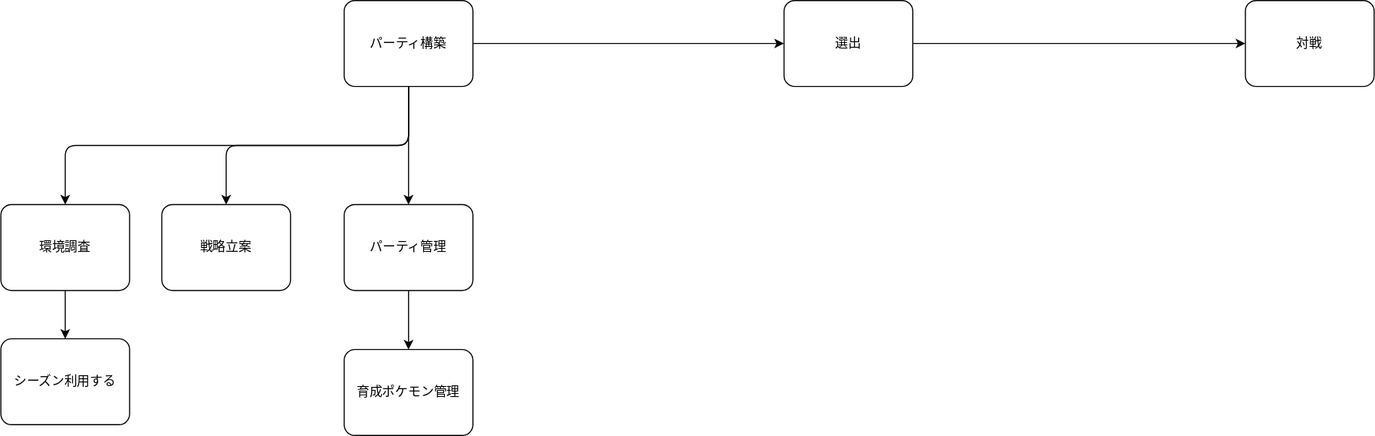
Above: docs/flow.drawio.svg in aloha-maker/Zero-Lab (draw.io), before the change. Source tidied: cells renumbered, new cells last; positions are measured from the earlier drawing's top-left corner, leaving out a move shared by most shapes.
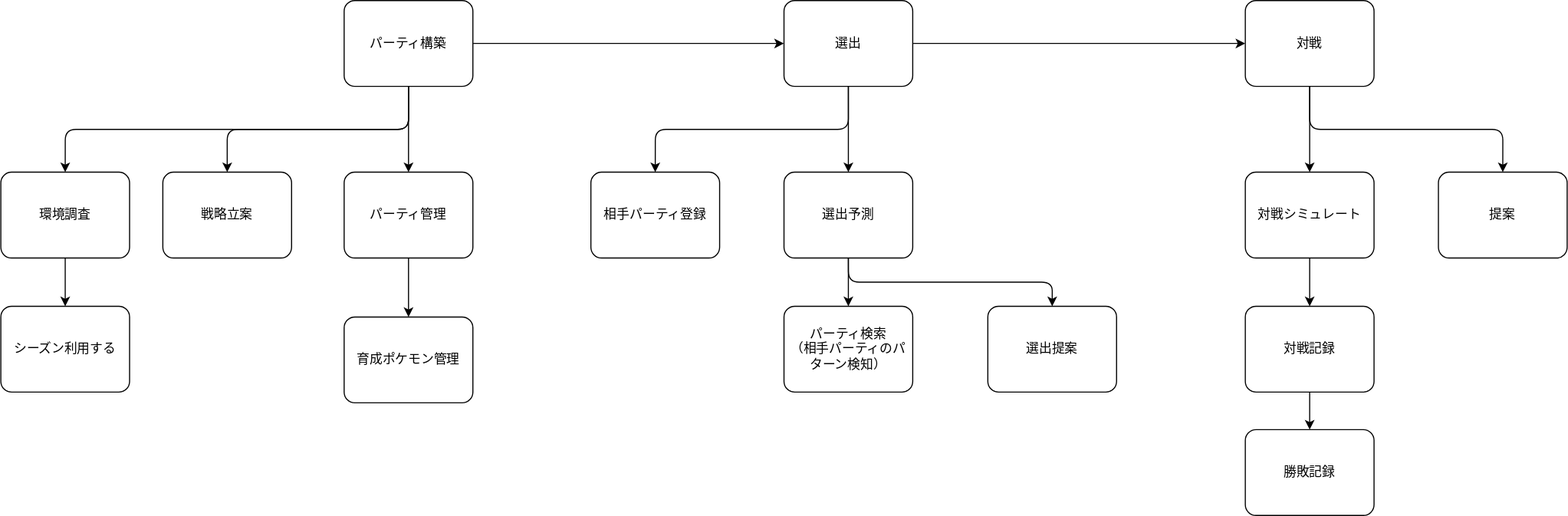
Later version of the same file.

Change to the diagram source:
```diff
@@ -30,22 +30,70 @@
       <mxGeometry relative="1" as="geometry" />
     </mxCell>
     <mxCell id="11" value="環境調査" style="points=[[0.25,0,0],[0.5,0,0],[0.75,0,0],[1,0.25,0],[1,0.5,0],[1,0.75,0],[0.75,1,0],[0.5,1,0],[0.25,1,0],[0,0.75,0],[0,0.5,0],[0,0.25,0]];shape=mxgraph.bpmn.task;whiteSpace=wrap;rectStyle=rounded;size=10;html=1;taskMarker=abstract;" parent="1" vertex="1">
-      <mxGeometry y="190" width="120" height="80" as="geometry" />
+      <mxGeometry y="160" width="120" height="80" as="geometry" />
     </mxCell>
     <mxCell id="12" value="戦略立案" style="points=[[0.25,0,0],[0.5,0,0],[0.75,0,0],[1,0.25,0],[1,0.5,0],[1,0.75,0],[0.75,1,0],[0.5,1,0],[0.25,1,0],[0,0.75,0],[0,0.5,0],[0,0.25,0]];shape=mxgraph.bpmn.task;whiteSpace=wrap;rectStyle=rounded;size=10;html=1;taskMarker=abstract;" parent="1" vertex="1">
-      <mxGeometry x="150" y="190" width="120" height="80" as="geometry" />
+      <mxGeometry x="151" y="160" width="120" height="80" as="geometry" />
     </mxCell>
     <mxCell id="13" style="edgeStyle=orthogonalEdgeStyle;html=1;entryX=0.5;entryY=0;entryDx=0;entryDy=0;entryPerimeter=0;" parent="1" edge="1" source="14" target="16">
       <mxGeometry relative="1" as="geometry" />
     </mxCell>
     <mxCell id="14" value="パーティ管理" style="points=[[0.25,0,0],[0.5,0,0],[0.75,0,0],[1,0.25,0],[1,0.5,0],[1,0.75,0],[0.75,1,0],[0.5,1,0],[0.25,1,0],[0,0.75,0],[0,0.5,0],[0,0.25,0]];shape=mxgraph.bpmn.task;whiteSpace=wrap;rectStyle=rounded;size=10;html=1;taskMarker=abstract;" parent="1" vertex="1">
-      <mxGeometry x="320" y="190" width="120" height="80" as="geometry" />
+      <mxGeometry x="320" y="160" width="120" height="80" as="geometry" />
     </mxCell>
     <mxCell id="15" value="シーズン利用する" style="points=[[0.25,0,0],[0.5,0,0],[0.75,0,0],[1,0.25,0],[1,0.5,0],[1,0.75,0],[0.75,1,0],[0.5,1,0],[0.25,1,0],[0,0.75,0],[0,0.5,0],[0,0.25,0]];shape=mxgraph.bpmn.task;whiteSpace=wrap;rectStyle=rounded;size=10;html=1;taskMarker=abstract;" parent="1" vertex="1">
-      <mxGeometry y="315" width="120" height="80" as="geometry" />
+      <mxGeometry y="285" width="120" height="80" as="geometry" />
     </mxCell>
     <mxCell id="16" value="育成ポケモン管理" style="points=[[0.25,0,0],[0.5,0,0],[0.75,0,0],[1,0.25,0],[1,0.5,0],[1,0.75,0],[0.75,1,0],[0.5,1,0],[0.25,1,0],[0,0.75,0],[0,0.5,0],[0,0.25,0]];shape=mxgraph.bpmn.task;whiteSpace=wrap;rectStyle=rounded;size=10;html=1;taskMarker=abstract;" parent="1" vertex="1">
-      <mxGeometry x="320" y="325" width="120" height="80" as="geometry" />
+      <mxGeometry x="320" y="295" width="120" height="80" as="geometry" />
     </mxCell>
+    <mxCell id="17" style="edgeStyle=orthogonalEdgeStyle;html=1;entryX=0.5;entryY=0;entryDx=0;entryDy=0;entryPerimeter=0;exitX=0.5;exitY=1;exitDx=0;exitDy=0;exitPerimeter=0;" parent="1" edge="1" source="18" target="25">
+      <mxGeometry relative="1" as="geometry" />
+    </mxCell>
+    <mxCell id="18" value="選出予測" style="points=[[0.25,0,0],[0.5,0,0],[0.75,0,0],[1,0.25,0],[1,0.5,0],[1,0.75,0],[0.75,1,0],[0.5,1,0],[0.25,1,0],[0,0.75,0],[0,0.5,0],[0,0.25,0]];shape=mxgraph.bpmn.task;whiteSpace=wrap;rectStyle=rounded;size=10;html=1;taskMarker=abstract;" parent="1" vertex="1">
+      <mxGeometry x="730" y="160" width="120" height="80" as="geometry" />
+    </mxCell>
+    <mxCell id="19" value="相手パーティ登録" style="points=[[0.25,0,0],[0.5,0,0],[0.75,0,0],[1,0.25,0],[1,0.5,0],[1,0.75,0],[0.75,1,0],[0.5,1,0],[0.25,1,0],[0,0.75,0],[0,0.5,0],[0,0.25,0]];shape=mxgraph.bpmn.task;whiteSpace=wrap;rectStyle=rounded;size=10;html=1;taskMarker=abstract;" parent="1" vertex="1">
+      <mxGeometry x="550" y="160" width="120" height="80" as="geometry" />
+    </mxCell>
+    <mxCell id="20" style="edgeStyle=none;html=1;entryX=0.5;entryY=0;entryDx=0;entryDy=0;entryPerimeter=0;" parent="1" edge="1" source="8" target="18">
+      <mxGeometry relative="1" as="geometry" />
+    </mxCell>
+    <mxCell id="21" style="edgeStyle=orthogonalEdgeStyle;html=1;entryX=0.5;entryY=0;entryDx=0;entryDy=0;entryPerimeter=0;exitX=0.5;exitY=1;exitDx=0;exitDy=0;exitPerimeter=0;" parent="1" edge="1" source="8" target="19">
+      <mxGeometry relative="1" as="geometry" />
+    </mxCell>
+    <mxCell id="22" value="パーティ検索&lt;div&gt;（相手パーティのパターン検知）&lt;/div&gt;" style="points=[[0.25,0,0],[0.5,0,0],[0.75,0,0],[1,0.25,0],[1,0.5,0],[1,0.75,0],[0.75,1,0],[0.5,1,0],[0.25,1,0],[0,0.75,0],[0,0.5,0],[0,0.25,0]];shape=mxgraph.bpmn.task;whiteSpace=wrap;rectStyle=rounded;size=10;html=1;taskMarker=abstract;" parent="1" vertex="1">
+      <mxGeometry x="730" y="285" width="120" height="80" as="geometry" />
+    </mxCell>
+    <mxCell id="23" style="edgeStyle=none;html=1;entryX=0.5;entryY=0;entryDx=0;entryDy=0;entryPerimeter=0;" parent="1" edge="1" source="18" target="22">
+      <mxGeometry relative="1" as="geometry" />
+    </mxCell>
+    <mxCell id="24" value="対戦シミュレート" style="points=[[0.25,0,0],[0.5,0,0],[0.75,0,0],[1,0.25,0],[1,0.5,0],[1,0.75,0],[0.75,1,0],[0.5,1,0],[0.25,1,0],[0,0.75,0],[0,0.5,0],[0,0.25,0]];shape=mxgraph.bpmn.task;whiteSpace=wrap;rectStyle=rounded;size=10;html=1;taskMarker=abstract;" parent="1" vertex="1">
+      <mxGeometry x="1160" y="160" width="120" height="80" as="geometry" />
+    </mxCell>
+    <mxCell id="25" value="選出提案" style="points=[[0.25,0,0],[0.5,0,0],[0.75,0,0],[1,0.25,0],[1,0.5,0],[1,0.75,0],[0.75,1,0],[0.5,1,0],[0.25,1,0],[0,0.75,0],[0,0.5,0],[0,0.25,0]];shape=mxgraph.bpmn.task;whiteSpace=wrap;rectStyle=rounded;size=10;html=1;taskMarker=abstract;" parent="1" vertex="1">
+      <mxGeometry x="920" y="285" width="120" height="80" as="geometry" />
+    </mxCell>
+    <mxCell id="26" value="提案" style="points=[[0.25,0,0],[0.5,0,0],[0.75,0,0],[1,0.25,0],[1,0.5,0],[1,0.75,0],[0.75,1,0],[0.5,1,0],[0.25,1,0],[0,0.75,0],[0,0.5,0],[0,0.25,0]];shape=mxgraph.bpmn.task;whiteSpace=wrap;rectStyle=rounded;size=10;html=1;taskMarker=abstract;" parent="1" vertex="1">
+      <mxGeometry x="1340" y="160" width="120" height="80" as="geometry" />
+    </mxCell>
+    <mxCell id="27" style="edgeStyle=none;html=1;entryX=0.5;entryY=0;entryDx=0;entryDy=0;entryPerimeter=0;" parent="1" edge="1" source="9" target="24">
+      <mxGeometry relative="1" as="geometry" />
+    </mxCell>
+    <mxCell id="28" style="edgeStyle=orthogonalEdgeStyle;html=1;entryX=0.5;entryY=0;entryDx=0;entryDy=0;entryPerimeter=0;exitX=0.5;exitY=1;exitDx=0;exitDy=0;exitPerimeter=0;" parent="1" edge="1" source="9" target="26">
+      <mxGeometry relative="1" as="geometry" />
+    </mxCell>
+    <mxCell id="29" value="勝敗記録" style="points=[[0.25,0,0],[0.5,0,0],[0.75,0,0],[1,0.25,0],[1,0.5,0],[1,0.75,0],[0.75,1,0],[0.5,1,0],[0.25,1,0],[0,0.75,0],[0,0.5,0],[0,0.25,0]];shape=mxgraph.bpmn.task;whiteSpace=wrap;rectStyle=rounded;size=10;html=1;taskMarker=abstract;" parent="1" vertex="1">
+      <mxGeometry x="1160" y="400" width="120" height="80" as="geometry" />
+    </mxCell>
+    <mxCell id="30" value="対戦記録" style="points=[[0.25,0,0],[0.5,0,0],[0.75,0,0],[1,0.25,0],[1,0.5,0],[1,0.75,0],[0.75,1,0],[0.5,1,0],[0.25,1,0],[0,0.75,0],[0,0.5,0],[0,0.25,0]];shape=mxgraph.bpmn.task;whiteSpace=wrap;rectStyle=rounded;size=10;html=1;taskMarker=abstract;" parent="1" vertex="1">
+      <mxGeometry x="1160" y="285" width="120" height="80" as="geometry" />
+    </mxCell>
+    <mxCell id="31" style="edgeStyle=none;html=1;entryX=0.5;entryY=0;entryDx=0;entryDy=0;entryPerimeter=0;" parent="1" edge="1" source="24" target="30">
+      <mxGeometry relative="1" as="geometry" />
+    </mxCell>
+    <mxCell id="32" style="edgeStyle=none;html=1;entryX=0.5;entryY=0;entryDx=0;entryDy=0;entryPerimeter=0;" parent="1" edge="1" source="30" target="29">
+      <mxGeometry relative="1" as="geometry" />
+    </mxCell>
   </root>
 </mxGraphModel>
```
